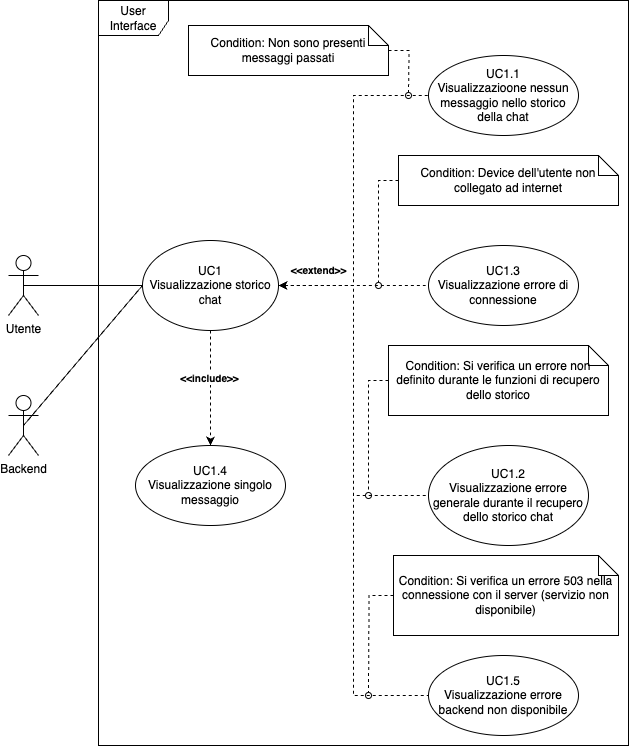
Before: images/analisi-dei-requisiti/UCStoricoChat.png, a diagram exported from draw.io (SweeTenTeam/Docs). Source tidied: cells renumbered, new cells last; positions are measured from the earlier drawing's top-left corner, leaving out a move shared by most shapes.
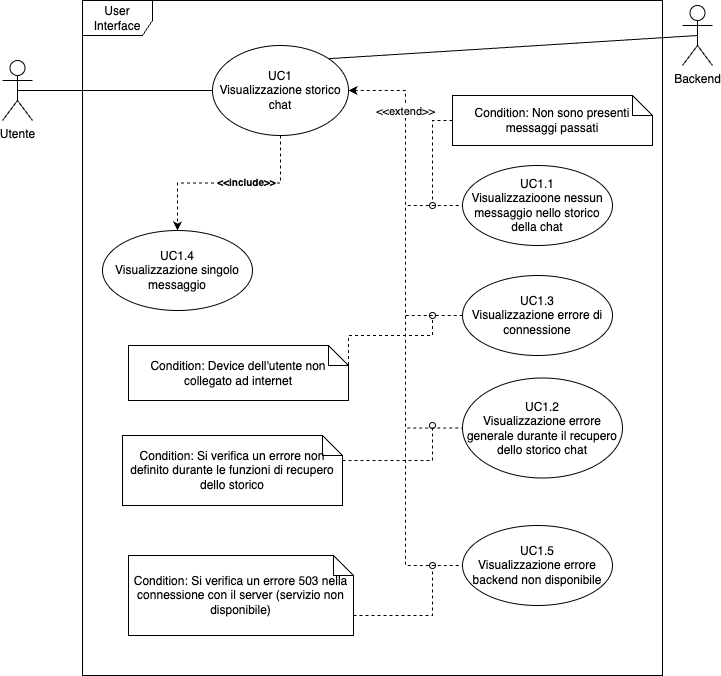
After the commit.

Change to the diagram source:
```diff
@@ -3,10 +3,10 @@
     <mxCell id="0" />
     <mxCell id="1" parent="0" />
     <mxCell id="2" value="User Interface" style="shape=umlFrame;whiteSpace=wrap;html=1;width=70;height=35;" parent="1" vertex="1">
-      <mxGeometry x="90" width="530" height="745" as="geometry" />
+      <mxGeometry x="90" width="580" height="675" as="geometry" />
     </mxCell>
     <mxCell id="3" value="Utente" style="shape=umlActor;verticalLabelPosition=bottom;verticalAlign=top;html=1;" parent="1" vertex="1">
-      <mxGeometry y="255" width="30" height="60" as="geometry" />
+      <mxGeometry x="10" y="60" width="30" height="60" as="geometry" />
     </mxCell>
     <mxCell id="4" style="edgeStyle=orthogonalEdgeStyle;rounded=0;jettySize=auto;html=1;entryX=0.5;entryY=0;entryDx=0;entryDy=0;dashed=1;" parent="1" edge="1" source="10" target="16">
       <mxGeometry relative="1" as="geometry" />
@@ -26,67 +26,77 @@
     <mxCell id="9" style="edgeStyle=orthogonalEdgeStyle;rounded=0;jettySize=auto;html=1;entryX=0;entryY=0.5;entryDx=0;entryDy=0;startArrow=classic;startFill=1;endArrow=none;dashed=1;" parent="1" edge="1" source="10" target="19">
       <mxGeometry relative="1" as="geometry" />
     </mxCell>
+    <mxCell id="13" value="&amp;lt;&amp;lt;extend&amp;gt;&amp;gt;" style="edgeLabel;html=1;align=center;verticalAlign=middle;" parent="9" vertex="1">
+      <mxGeometry x="-0.74" y="-1" relative="1" as="geometry" />
+    </mxCell>
     <mxCell id="10" value="UC1&lt;br&gt;Visualizzazione storico chat" style="ellipse;whiteSpace=wrap;html=1;" parent="1" vertex="1">
-      <mxGeometry x="134" y="240" width="136" height="90" as="geometry" />
+      <mxGeometry x="220" y="45" width="136" height="90" as="geometry" />
     </mxCell>
     <mxCell id="11" value="&lt;span style=&quot;text-wrap-mode: nowrap;&quot;&gt;UC1.1&lt;/span&gt;&lt;div&gt;Visualizzazioone nessun messaggio nello storico della chat&lt;/div&gt;" style="ellipse;whiteSpace=wrap;html=1;" parent="1" vertex="1">
-      <mxGeometry x="420" y="55" width="150" height="80" as="geometry" />
+      <mxGeometry x="470" y="165" width="150" height="80" as="geometry" />
     </mxCell>
     <mxCell id="12" style="endArrow=none;html=1;rounded=0;exitX=0.5;exitY=0.5;exitDx=0;exitDy=0;exitPerimeter=0;entryX=0;entryY=0.5;entryDx=0;entryDy=0;" parent="1" edge="1" source="3" target="10">
       <mxGeometry relative="1" as="geometry" />
     </mxCell>
-    <mxCell id="13" value="&lt;b&gt;&lt;font style=&quot;font-size: 10px;&quot;&gt;&amp;lt;&amp;lt;extend&amp;gt;&amp;gt;&lt;/font&gt;&lt;/b&gt;" style="text;html=1;align=center;verticalAlign=middle;strokeColor=none;fillColor=none;" parent="1" vertex="1">
-      <mxGeometry x="270" y="255" width="80" height="30" as="geometry" />
-    </mxCell>
     <mxCell id="14" value="&lt;span style=&quot;text-wrap-mode: nowrap;&quot;&gt;UC1.2&lt;/span&gt;&lt;div&gt;Visualizzazione errore generale durante il recupero dello storico chat&lt;/div&gt;" style="ellipse;whiteSpace=wrap;html=1;" parent="1" vertex="1">
-      <mxGeometry x="420" y="445" width="160" height="100" as="geometry" />
+      <mxGeometry x="470" y="377.5" width="160" height="100" as="geometry" />
     </mxCell>
     <mxCell id="15" value="&lt;span style=&quot;text-wrap-mode: nowrap;&quot;&gt;UC1.3&lt;/span&gt;&lt;div&gt;Visualizzazione errore di connessione&lt;/div&gt;" style="ellipse;whiteSpace=wrap;html=1;" parent="1" vertex="1">
-      <mxGeometry x="420" y="245" width="150" height="80" as="geometry" />
+      <mxGeometry x="470" y="275" width="150" height="80" as="geometry" />
     </mxCell>
     <mxCell id="16" value="&lt;span style=&quot;text-wrap-mode: nowrap;&quot;&gt;UC1.4&lt;/span&gt;&lt;div&gt;Visualizzazione singolo messaggio&lt;/div&gt;" style="ellipse;whiteSpace=wrap;html=1;" parent="1" vertex="1">
-      <mxGeometry x="127" y="445" width="150" height="80" as="geometry" />
+      <mxGeometry x="110" y="230" width="150" height="80" as="geometry" />
     </mxCell>
     <mxCell id="17" value="Backend" style="shape=umlActor;verticalLabelPosition=bottom;verticalAlign=top;html=1;" parent="1" vertex="1">
-      <mxGeometry y="395" width="30" height="60" as="geometry" />
+      <mxGeometry x="690" y="5" width="30" height="60" as="geometry" />
     </mxCell>
-    <mxCell id="18" style="endArrow=none;html=1;rounded=0;exitX=0.5;exitY=0.5;exitDx=0;exitDy=0;exitPerimeter=0;entryX=0;entryY=0.5;entryDx=0;entryDy=0;" parent="1" edge="1" source="17" target="10">
+    <mxCell id="18" style="endArrow=none;html=1;rounded=0;exitX=0.5;exitY=0.5;exitDx=0;exitDy=0;exitPerimeter=0;entryX=1;entryY=0;entryDx=0;entryDy=0;" parent="1" edge="1" source="17" target="10">
       <mxGeometry relative="1" as="geometry" />
     </mxCell>
     <mxCell id="19" value="&lt;span style=&quot;text-wrap-mode: nowrap;&quot;&gt;UC1.5&lt;/span&gt;&lt;div&gt;Visualizzazione errore backend non disponibile&lt;/div&gt;" style="ellipse;whiteSpace=wrap;html=1;" parent="1" vertex="1">
-      <mxGeometry x="420" y="655" width="150" height="80" as="geometry" />
+      <mxGeometry x="470" y="525" width="150" height="80" as="geometry" />
     </mxCell>
     <mxCell id="20" style="edgeStyle=orthogonalEdgeStyle;rounded=0;jettySize=auto;html=1;endArrow=oval;endFill=0;dashed=1;" parent="1" edge="1" source="21">
       <mxGeometry relative="1" as="geometry">
-        <mxPoint x="400" y="95" as="targetPoint" />
+        <mxPoint x="440" y="205" as="targetPoint" />
       </mxGeometry>
     </mxCell>
     <mxCell id="21" value="Condition: Non sono presenti messaggi passati" style="shape=note;size=20;whiteSpace=wrap;html=1;" parent="1" vertex="1">
-      <mxGeometry x="180" y="25" width="200" height="50" as="geometry" />
+      <mxGeometry x="460" y="95" width="200" height="50" as="geometry" />
     </mxCell>
-    <mxCell id="22" style="edgeStyle=orthogonalEdgeStyle;rounded=0;jettySize=auto;html=1;endArrow=oval;endFill=0;dashed=1;" parent="1" edge="1" source="23">
+    <mxCell id="22" style="edgeStyle=orthogonalEdgeStyle;rounded=0;jettySize=auto;html=1;endArrow=oval;endFill=0;dashed=1;exitX=0;exitY=0;exitDx=220;exitDy=37.5;exitPerimeter=0;" parent="1" edge="1" source="23">
       <mxGeometry relative="1" as="geometry">
-        <mxPoint x="370" y="285" as="targetPoint" />
+        <mxPoint x="440" y="315" as="targetPoint" />
+        <Array as="points">
+          <mxPoint x="356" y="335" />
+          <mxPoint x="440" y="335" />
+        </Array>
       </mxGeometry>
     </mxCell>
     <mxCell id="23" value="Condition: Device dell'utente non collegato ad internet" style="shape=note;size=20;whiteSpace=wrap;html=1;" parent="1" vertex="1">
-      <mxGeometry x="390" y="155" width="220" height="50" as="geometry" />
+      <mxGeometry x="136" y="345" width="220" height="55" as="geometry" />
     </mxCell>
     <mxCell id="24" style="edgeStyle=orthogonalEdgeStyle;rounded=0;jettySize=auto;html=1;endArrow=oval;endFill=0;dashed=1;" parent="1" edge="1" source="25">
       <mxGeometry relative="1" as="geometry">
-        <mxPoint x="360" y="495" as="targetPoint" />
+        <mxPoint x="440" y="425" as="targetPoint" />
+        <Array as="points">
+          <mxPoint x="440" y="460" />
+        </Array>
       </mxGeometry>
     </mxCell>
     <mxCell id="25" value="Condition: Si verifica un errore non definito durante le funzioni di recupero dello storico" style="shape=note;size=20;whiteSpace=wrap;html=1;" parent="1" vertex="1">
-      <mxGeometry x="380" y="345" width="220" height="70" as="geometry" />
+      <mxGeometry x="130" y="435" width="220" height="70" as="geometry" />
     </mxCell>
     <mxCell id="26" style="edgeStyle=orthogonalEdgeStyle;rounded=0;jettySize=auto;html=1;dashed=1;endArrow=oval;endFill=0;" parent="1" edge="1" source="27">
       <mxGeometry relative="1" as="geometry">
-        <mxPoint x="360" y="695" as="targetPoint" />
+        <mxPoint x="440" y="565" as="targetPoint" />
+        <Array as="points">
+          <mxPoint x="440" y="615" />
+        </Array>
       </mxGeometry>
     </mxCell>
     <mxCell id="27" value="Condition: Si verifica un errore 503 nella connessione con il server (servizio non disponibile)" style="shape=note;size=20;whiteSpace=wrap;html=1;" parent="1" vertex="1">
-      <mxGeometry x="385" y="555" width="225" height="80" as="geometry" />
+      <mxGeometry x="136" y="555" width="225" height="80" as="geometry" />
     </mxCell>
   </root>
 </mxGraphModel>
```
